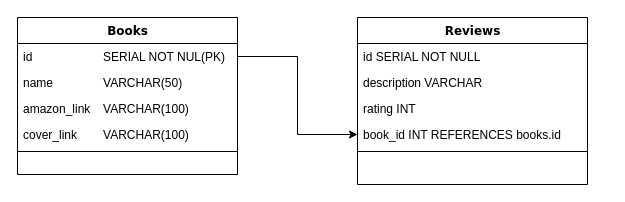
Earlier version of the draw.io diagram Untitled Diagram.drawio (bhaveshpadave/book_reviews). Source tidied: cells renumbered, new cells numbered last; positions are measured from the earlier drawing's top-left corner, leaving out a move shared by most shapes. Both pictures are drawn from the tidied source at 100%, with x=0, y=0 at pixel (17, 17).
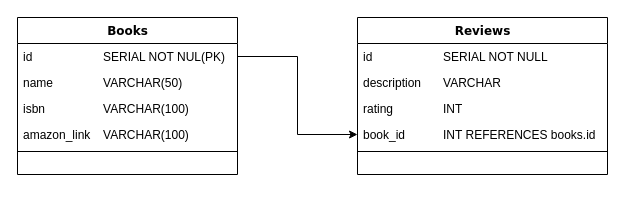
Above is the later version.

Change to the diagram source:
```diff
@@
 <mxGraphModel>
   <root>
     <mxCell id="0" />
     <mxCell id="1" parent="0" />
     <mxCell id="2" value="Books" style="swimlane;html=1;fontStyle=1;align=center;verticalAlign=top;horizontal=1;startSize=26;swimlaneFillColor=#ffffff;rounded=0;shadow=0;comic=0;labelBackgroundColor=none;strokeWidth=1;fillColor=none;fontFamily=Verdana;fontSize=12;" parent="1" vertex="1">
       <mxGeometry width="220" height="157" as="geometry" />
     </mxCell>
     <mxCell id="3" value="id &lt;span style=&quot;white-space: pre;&quot;&gt;&#9;&lt;/span&gt;&lt;span style=&quot;white-space: pre;&quot;&gt;&#9;&lt;/span&gt;&lt;span style=&quot;white-space: pre;&quot;&gt;&#9;&lt;/span&gt;SERIAL NOT NUL(PK)" style="text;html=1;strokeColor=none;fillColor=none;align=left;verticalAlign=top;spacingLeft=4;spacingRight=4;whiteSpace=wrap;overflow=hidden;points=[[0,0.5],[1,0.5]];portConstraint=eastwest;" parent="2" vertex="1">
       <mxGeometry y="26" width="220" height="26" as="geometry" />
     </mxCell>
     <mxCell id="4" value="name&lt;span style=&quot;white-space: pre;&quot;&gt;&#9;&lt;/span&gt;&lt;span style=&quot;white-space: pre;&quot;&gt;&#9;&lt;/span&gt;VARCHAR(50)" style="text;html=1;strokeColor=none;fillColor=none;align=left;verticalAlign=top;spacingLeft=4;spacingRight=4;whiteSpace=wrap;overflow=hidden;" parent="2" vertex="1">
       <mxGeometry y="52" width="220" height="26" as="geometry" />
     </mxCell>
+    <mxCell id="6" value="isbn&lt;span style=&quot;white-space: pre;&quot;&gt;&#9;&lt;/span&gt;&lt;span style=&quot;white-space: pre;&quot;&gt;&#9;&lt;/span&gt;&lt;span style=&quot;white-space: pre;&quot;&gt;&#9;&lt;/span&gt;VARCHAR(100)" style="text;html=1;strokeColor=none;fillColor=none;align=left;verticalAlign=top;spacingLeft=4;spacingRight=4;whiteSpace=wrap;overflow=hidden;" parent="2" vertex="1">
+      <mxGeometry y="78" width="220" height="26" as="geometry" />
+    </mxCell>
     <mxCell id="5" value="amazon_link &lt;span style=&quot;white-space: pre;&quot;&gt;&#9;&lt;/span&gt;VARCHAR(100)" style="text;html=1;strokeColor=none;fillColor=none;align=left;verticalAlign=top;spacingLeft=4;spacingRight=4;whiteSpace=wrap;overflow=hidden;" parent="2" vertex="1">
-      <mxGeometry y="78" width="220" height="26" as="geometry" />
+      <mxGeometry y="104" width="220" height="26" as="geometry" />
     </mxCell>
-    <mxCell id="6" value="cover_link &lt;span style=&quot;white-space: pre;&quot;&gt;&#9;&lt;/span&gt;VARCHAR(100)" style="text;html=1;strokeColor=none;fillColor=none;align=left;verticalAlign=top;spacingLeft=4;spacingRight=4;whiteSpace=wrap;overflow=hidden;" parent="2" vertex="1">
-      <mxGeometry y="104" width="220" height="26" as="geometry" />
-    </mxCell>
     <mxCell id="7" style="line;html=1;strokeWidth=1;fillColor=none;align=left;verticalAlign=middle;spacingTop=-1;spacingLeft=3;spacingRight=3;labelPosition=right;" parent="2" vertex="1">
       <mxGeometry y="130" width="220" height="8" as="geometry" />
     </mxCell>
     <mxCell id="8" value="Reviews" style="swimlane;html=1;fontStyle=1;align=center;verticalAlign=top;horizontal=1;startSize=26;swimlaneFillColor=#ffffff;rounded=0;shadow=0;comic=0;labelBackgroundColor=none;strokeWidth=1;fillColor=none;fontFamily=Verdana;fontSize=12;" parent="1" vertex="1">
-      <mxGeometry x="340" width="230" height="167" as="geometry" />
+      <mxGeometry x="340" width="250" height="157" as="geometry" />
     </mxCell>
-    <mxCell id="9" value="id SERIAL NOT NULL" style="text;html=1;strokeColor=none;fillColor=none;align=left;verticalAlign=top;spacingLeft=4;spacingRight=4;whiteSpace=wrap;overflow=hidden;" parent="8" vertex="1">
-      <mxGeometry y="26" width="230" height="26" as="geometry" />
+    <mxCell id="9" value="id &lt;span style=&quot;white-space: pre;&quot;&gt;&#9;&lt;/span&gt;&lt;span style=&quot;white-space: pre;&quot;&gt;&#9;&lt;/span&gt;&lt;span style=&quot;white-space: pre;&quot;&gt;&#9;&lt;/span&gt;SERIAL NOT NULL" style="text;html=1;strokeColor=none;fillColor=none;align=left;verticalAlign=top;spacingLeft=4;spacingRight=4;whiteSpace=wrap;overflow=hidden;" parent="8" vertex="1">
+      <mxGeometry y="26" width="250" height="26" as="geometry" />
     </mxCell>
-    <mxCell id="10" value="description VARCHAR" style="text;html=1;strokeColor=none;fillColor=none;align=left;verticalAlign=top;spacingLeft=4;spacingRight=4;whiteSpace=wrap;overflow=hidden;" parent="8" vertex="1">
-      <mxGeometry y="52" width="230" height="26" as="geometry" />
+    <mxCell id="10" value="description&lt;span style=&quot;white-space: pre;&quot;&gt;&#9;&lt;/span&gt;VARCHAR" style="text;html=1;strokeColor=none;fillColor=none;align=left;verticalAlign=top;spacingLeft=4;spacingRight=4;whiteSpace=wrap;overflow=hidden;" parent="8" vertex="1">
+      <mxGeometry y="52" width="250" height="26" as="geometry" />
     </mxCell>
-    <mxCell id="11" value="rating INT" style="text;html=1;strokeColor=none;fillColor=none;align=left;verticalAlign=top;spacingLeft=4;spacingRight=4;whiteSpace=wrap;overflow=hidden;" parent="8" vertex="1">
-      <mxGeometry y="78" width="230" height="26" as="geometry" />
+    <mxCell id="11" value="rating &lt;span style=&quot;white-space: pre;&quot;&gt;&#9;&lt;/span&gt;&lt;span style=&quot;white-space: pre;&quot;&gt;&#9;&lt;/span&gt;INT" style="text;html=1;strokeColor=none;fillColor=none;align=left;verticalAlign=top;spacingLeft=4;spacingRight=4;whiteSpace=wrap;overflow=hidden;" parent="8" vertex="1">
+      <mxGeometry y="78" width="250" height="26" as="geometry" />
     </mxCell>
-    <mxCell id="12" value="book_id INT REFERENCES books.id" style="text;html=1;strokeColor=none;fillColor=none;align=left;verticalAlign=top;spacingLeft=4;spacingRight=4;whiteSpace=wrap;overflow=hidden;points=[[0,0.5],[1,0.5]];portConstraint=eastwest;" parent="8" vertex="1">
-      <mxGeometry y="104" width="230" height="26" as="geometry" />
+    <mxCell id="12" value="book_id&lt;span style=&quot;white-space: pre;&quot;&gt;&#9;&lt;/span&gt;&lt;span style=&quot;white-space: pre;&quot;&gt;&#9;&lt;/span&gt;INT REFERENCES books.id" style="text;html=1;strokeColor=none;fillColor=none;align=left;verticalAlign=top;spacingLeft=4;spacingRight=4;whiteSpace=wrap;overflow=hidden;points=[[0,0.5],[1,0.5]];portConstraint=eastwest;" parent="8" vertex="1">
+      <mxGeometry y="104" width="250" height="26" as="geometry" />
     </mxCell>
     <mxCell id="13" style="line;html=1;strokeWidth=1;fillColor=none;align=left;verticalAlign=middle;spacingTop=-1;spacingLeft=3;spacingRight=3;labelPosition=right;" parent="8" vertex="1">
-      <mxGeometry y="130" width="230" height="8" as="geometry" />
+      <mxGeometry y="130" width="250" height="8" as="geometry" />
     </mxCell>
     <mxCell id="14" style="edgeStyle=none;rounded=0;jettySize=auto;html=1;entryX=0;entryY=0.5;entryDx=0;entryDy=0;" parent="1" edge="1" source="3" target="12">
       <mxGeometry relative="1" as="geometry">
         <Array as="points">
           <mxPoint x="280" y="39" />
           <mxPoint x="280" y="117" />
         </Array>
       </mxGeometry>
     </mxCell>
   </root>
 </mxGraphModel>
```
